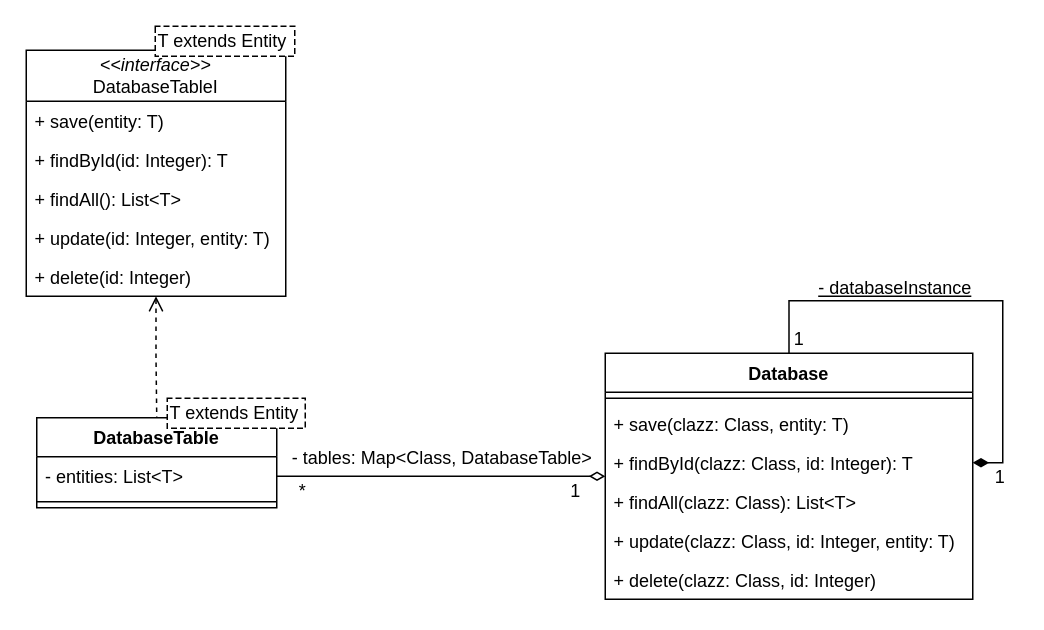
Before: page "database" (4 of 7) of docs/diagrams/diagram.drawio in PedroLucas63/cryptobank, a draw.io diagram. Source tidied: cells renumbered, new cells numbered last; positions are measured from the earlier drawing's top-left corner, leaving out a move shared by most shapes. Both pictures are drawn from the tidied source at 150%, with x=0, y=0 at pixel (26, 26).
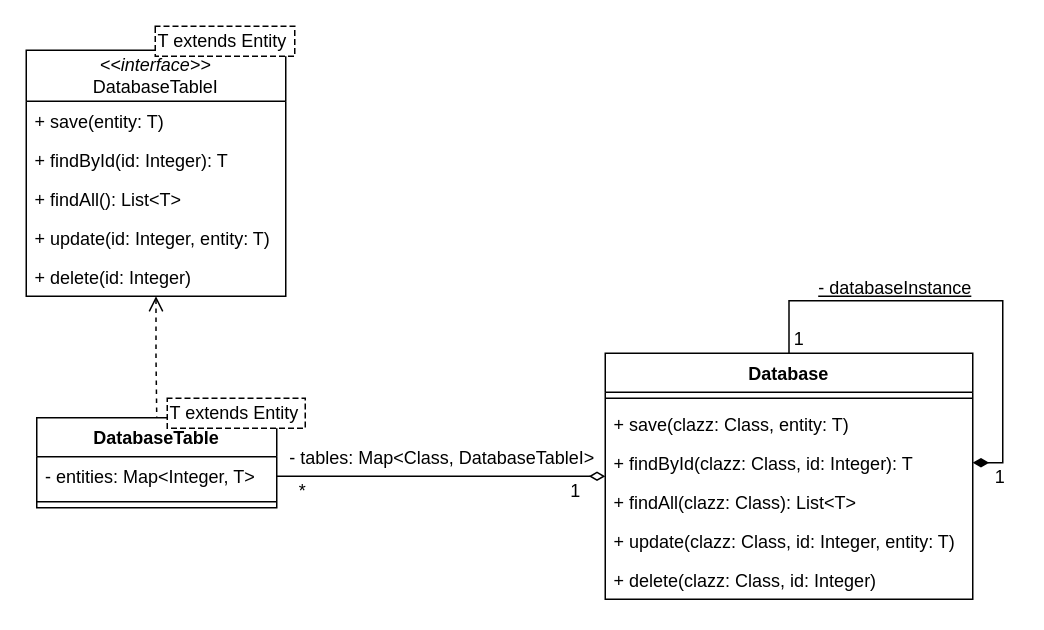
Above is the later version.

The change refers to these unchanged cells:
```xml
<mxCell id="11" value="DatabaseTable" style="swimlane;fontStyle=1;align=center;verticalAlign=top;horizontal=1;startSize=26;whiteSpace=wrap;html=1;" parent="10" vertex="1">
  <mxGeometry y="13" width="160" height="60" as="geometry" />
</mxCell>
<mxCell id="16" style="edgeStyle=orthogonalEdgeStyle;rounded=0;jettySize=auto;html=1;exitX=0;exitY=0.5;exitDx=0;exitDy=0;entryX=1;entryY=0.5;entryDx=0;entryDy=0;fontSize=12;startSize=8;endSize=8;startArrow=diamondThin;startFill=0;endArrow=none;endFill=0;" parent="1" edge="1" source="20" target="12">
  <mxGeometry relative="1" as="geometry" />
</mxCell>
```

What changed in the source:
```diff
@@
-    <mxCell id="12" value="- entities: List&amp;lt;T&amp;gt;" style="text;strokeColor=none;fillColor=none;align=left;verticalAlign=top;spacingLeft=4;spacingRight=4;overflow=hidden;points=[[0,0.5],[1,0.5]];portConstraint=eastwest;whiteSpace=wrap;html=1;" parent="11" vertex="1">
+    <mxCell id="12" value="- entities: Map&amp;lt;Integer, T&amp;gt;" style="text;strokeColor=none;fillColor=none;align=left;verticalAlign=top;spacingLeft=4;spacingRight=4;overflow=hidden;points=[[0,0.5],[1,0.5]];portConstraint=eastwest;whiteSpace=wrap;html=1;" parent="11" vertex="1">
       <mxGeometry y="26" width="160" height="26" as="geometry" />
     </mxCell>
@@
-    <mxCell id="19" value="- tables: Map&amp;lt;Class, DatabaseTable&amp;gt;" style="edgeLabel;html=1;align=center;verticalAlign=middle;fontSize=12;" parent="16" vertex="1">
+    <mxCell id="19" value="- tables: Map&amp;lt;Class, DatabaseTableI&amp;gt;" style="edgeLabel;html=1;align=center;verticalAlign=middle;fontSize=12;" parent="16" vertex="1">
       <mxGeometry x="0.61" y="1" relative="1" as="geometry">
         <mxPoint x="66" y="-14" as="offset" />
       </mxGeometry>
     </mxCell>
```
